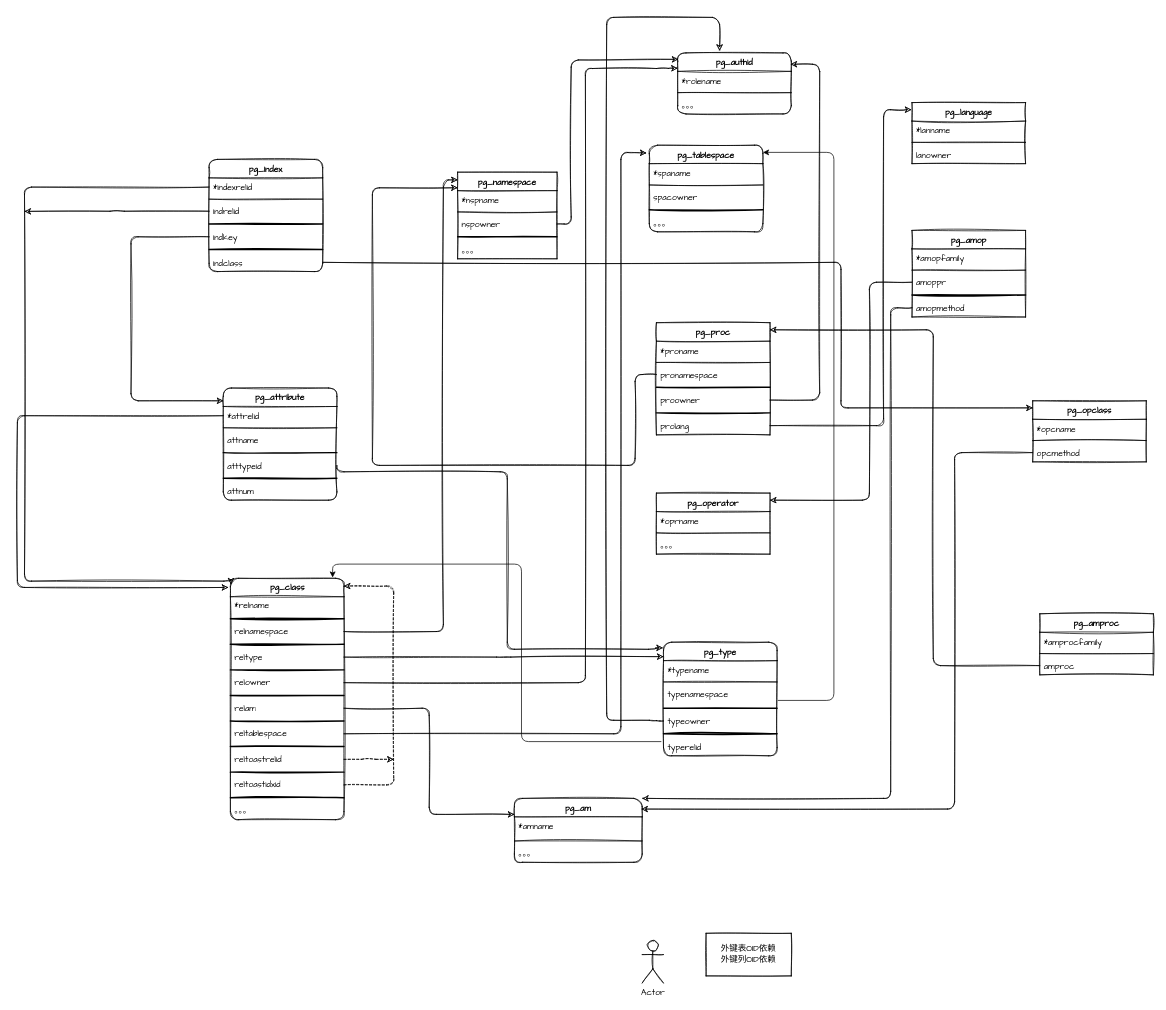
nullemp/algorithm-visualizer keeps this draw.io diagram as Untitled Diagram.drawio. Above is the earlier version. Source tidied: cells renumbered, new cells numbered last; positions are measured from the earlier drawing's top-left corner, leaving out a move shared by most shapes. Both pictures are drawn from the tidied source at 71%, with x=0, y=0 at pixel (17, 17).
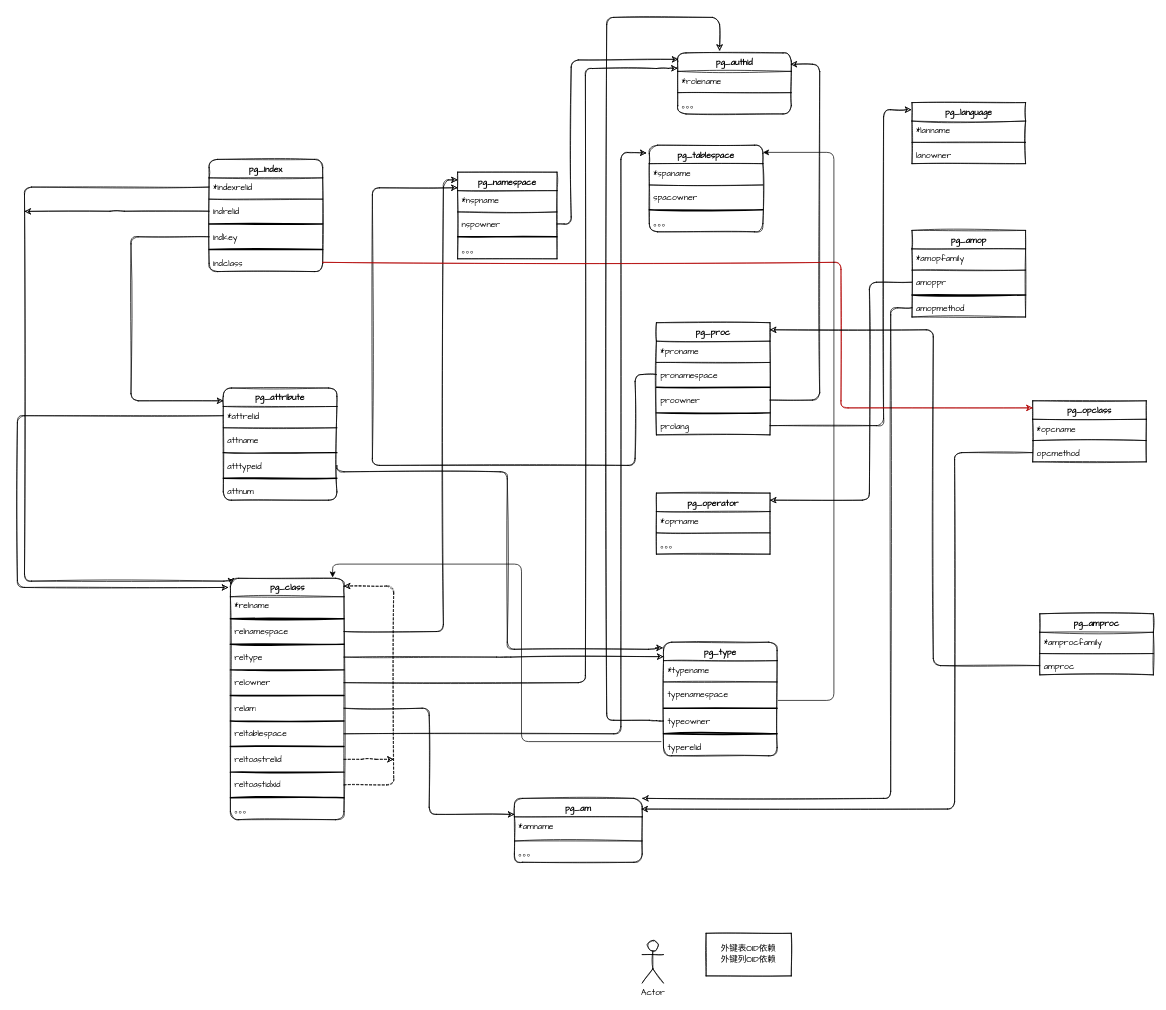
Above is the later version.

Unchanged cells that the change refers to:
```xml
<mxCell id="70" value="indclass" style="text;strokeColor=none;fillColor=none;align=left;verticalAlign=top;spacingLeft=4;spacingRight=4;overflow=hidden;points=[[0,0.5],[1,0.5]];portConstraint=eastwest;rounded=1;sketch=1;fontFamily=Comic Sans MS;" parent="63" vertex="1">
  <mxGeometry y="132" width="160" height="26" as="geometry" />
</mxCell>
<mxCell id="100" value="pg_opclass" style="swimlane;fontStyle=1;align=center;verticalAlign=top;horizontal=1;startSize=26;rounded=0;shadow=0;glass=0;sketch=1;fontFamily=Comic Sans MS;fontSize=12;" parent="1" vertex="1">
  <mxGeometry x="1430" y="540" width="160" height="86" as="geometry" />
</mxCell>
```

The edit, as a diff of the source:
```diff
@@
-    <mxCell id="109" style="edgeStyle=segmentEdgeStyle;endArrow=classic;html=1;rounded=1;sketch=1;fontFamily=Comic Sans MS;fontSize=12;exitX=1;exitY=0.5;exitDx=0;exitDy=0;entryX=0;entryY=0.116;entryDx=0;entryDy=0;entryPerimeter=0;" parent="1" edge="1" source="70" target="100">
+    <mxCell id="109" style="edgeStyle=segmentEdgeStyle;endArrow=classic;html=1;rounded=1;sketch=1;fontFamily=Comic Sans MS;fontSize=12;exitX=1;exitY=0.5;exitDx=0;exitDy=0;entryX=0;entryY=0.116;entryDx=0;entryDy=0;entryPerimeter=0;fillColor=#e51400;strokeColor=#B20000;" parent="1" edge="1" source="70" target="100">
       <mxGeometry relative="1" as="geometry">
         <Array as="points">
           <mxPoint x="1160" y="345" />
           <mxPoint x="1160" y="550" />
         </Array>
       </mxGeometry>
     </mxCell>
```
